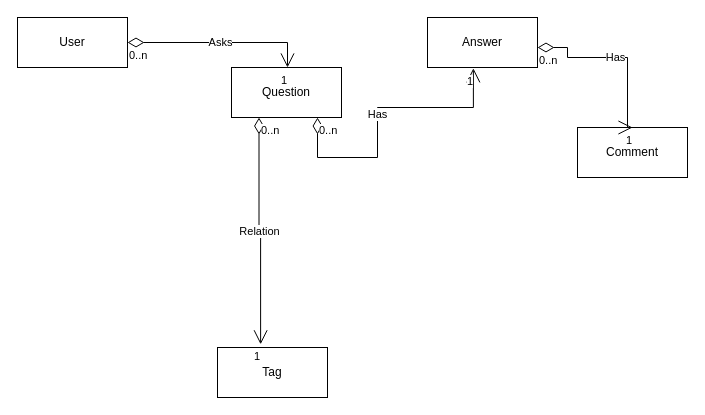
Before: Untitled Diagram.drawio in LordMhri/Playlist, a draw.io diagram. Source tidied: cells renumbered, new cells numbered last; positions are measured from the earlier drawing's top-left corner, leaving out a move shared by most shapes. Both pictures are drawn from the tidied source at 100%, with x=0, y=0 at pixel (17, 17).
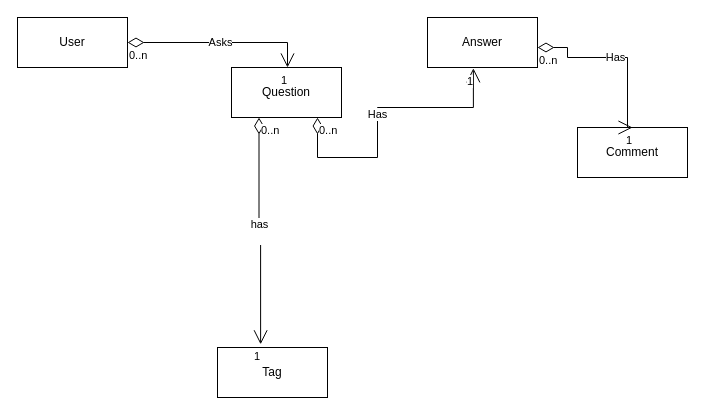
After the change.

The change refers to these unchanged cells:
```xml
<mxCell id="2" value="Question" style="html=1;whiteSpace=wrap;" parent="1" vertex="1">
  <mxGeometry x="214" y="50" width="110" height="50" as="geometry" />
</mxCell>
<mxCell id="6" value="Tag" style="html=1;whiteSpace=wrap;" parent="1" vertex="1">
  <mxGeometry x="200" y="330" width="110" height="50" as="geometry" />
</mxCell>
```

Change to the diagram source:
```diff
@@
-    <mxCell id="16" value="Relation" style="endArrow=open;html=1;endSize=12;startArrow=diamondThin;startSize=14;startFill=0;edgeStyle=orthogonalEdgeStyle;rounded=0;entryX=0.392;entryY=-0.063;entryDx=0;entryDy=0;entryPerimeter=0;exitX=0.25;exitY=1;exitDx=0;exitDy=0;" parent="1" edge="1" source="2" target="6">
+    <mxCell id="16" value="has&lt;div&gt;&lt;br&gt;&lt;/div&gt;" style="endArrow=open;html=1;endSize=12;startArrow=diamondThin;startSize=14;startFill=0;edgeStyle=orthogonalEdgeStyle;rounded=0;entryX=0.392;entryY=-0.063;entryDx=0;entryDy=0;entryPerimeter=0;exitX=0.25;exitY=1;exitDx=0;exitDy=0;" parent="1" edge="1" source="2" target="6">
       <mxGeometry relative="1" as="geometry" />
     </mxCell>
```
